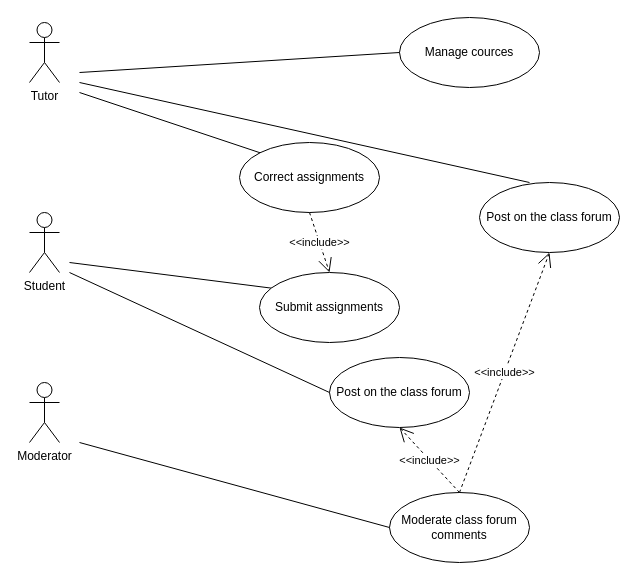
Above: Use case.drawio in marymakayeva/Practise_project (draw.io), before the change. Source tidied: cells renumbered, new cells numbered last; positions are measured from the earlier drawing's top-left corner, leaving out a move shared by most shapes. Both pictures are drawn from the tidied source at 100%, with x=0, y=0 at pixel (29, 17).
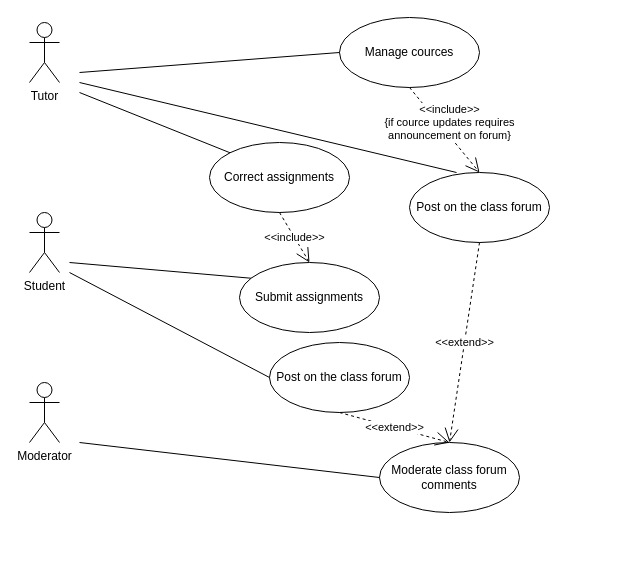
The same page after the edit.

Diff of the diagram source:
```diff
@@
     <mxCell id="5" value="Moderate class forum comments" style="ellipse;whiteSpace=wrap;html=1;" parent="1" vertex="1">
-      <mxGeometry x="360" y="475" width="140" height="70" as="geometry" />
+      <mxGeometry x="350" y="425" width="140" height="70" as="geometry" />
     </mxCell>
     <mxCell id="6" value="Post on the class forum" style="ellipse;whiteSpace=wrap;html=1;" parent="1" vertex="1">
-      <mxGeometry x="300" y="340" width="140" height="70" as="geometry" />
+      <mxGeometry x="240" y="325" width="140" height="70" as="geometry" />
     </mxCell>
     <mxCell id="7" value="Post on the class forum" style="ellipse;whiteSpace=wrap;html=1;" parent="1" vertex="1">
-      <mxGeometry x="450" y="165" width="140" height="70" as="geometry" />
+      <mxGeometry x="380" y="155" width="140" height="70" as="geometry" />
     </mxCell>
     <mxCell id="8" value="Correct assignments" style="ellipse;whiteSpace=wrap;html=1;" parent="1" vertex="1">
-      <mxGeometry x="210" y="125" width="140" height="70" as="geometry" />
+      <mxGeometry x="180" y="125" width="140" height="70" as="geometry" />
     </mxCell>
     <mxCell id="9" value="Manage cources" style="ellipse;whiteSpace=wrap;html=1;" parent="1" vertex="1">
-      <mxGeometry x="370" width="140" height="70" as="geometry" />
+      <mxGeometry x="310" width="140" height="70" as="geometry" />
     </mxCell>
@@
-    <mxCell id="14" style="endArrow=none;html=1;rounded=0;" parent="1" edge="1">
+    <mxCell id="14" style="endArrow=none;html=1;rounded=0;entryX=0.336;entryY=0;entryDx=0;entryDy=0;entryPerimeter=0;" parent="1" edge="1" target="7">
       <mxGeometry relative="1" as="geometry">
         <mxPoint x="50" y="65" as="sourcePoint" />
-        <mxPoint x="500" y="165" as="targetPoint" />
       </mxGeometry>
     </mxCell>
@@
-    <mxCell id="17" value="&amp;lt;&amp;lt;include&amp;gt;&amp;gt;" style="endArrow=open;endSize=12;dashed=1;html=1;rounded=0;entryX=0.5;entryY=1;entryDx=0;entryDy=0;exitX=0.5;exitY=0;exitDx=0;exitDy=0;" parent="1" edge="1" source="5" target="6">
+    <mxCell id="17" value="&amp;lt;&amp;lt;extend&amp;gt;&amp;gt;" style="endArrow=open;endSize=12;dashed=1;html=1;rounded=0;entryX=0.5;entryY=0;entryDx=0;entryDy=0;exitX=0.5;exitY=1;exitDx=0;exitDy=0;" parent="1" edge="1" source="6" target="5">
       <mxGeometry relative="1" as="geometry" />
     </mxCell>
-    <mxCell id="18" value="&amp;lt;&amp;lt;include&amp;gt;&amp;gt;" style="endArrow=open;endSize=12;dashed=1;html=1;rounded=0;exitX=0.5;exitY=0;exitDx=0;exitDy=0;entryX=0.5;entryY=1;entryDx=0;entryDy=0;" parent="1" edge="1" source="5" target="7">
+    <mxCell id="18" value="&amp;lt;&amp;lt;extend&amp;gt;&amp;gt;" style="endArrow=open;endSize=12;dashed=1;html=1;rounded=0;entryX=0.5;entryY=0;entryDx=0;entryDy=0;exitX=0.5;exitY=1;exitDx=0;exitDy=0;" parent="1" edge="1" source="7" target="5">
       <mxGeometry relative="1" as="geometry" />
     </mxCell>
     <mxCell id="19" value="Submit assignments" style="ellipse;whiteSpace=wrap;html=1;" parent="1" vertex="1">
-      <mxGeometry x="230" y="255" width="140" height="70" as="geometry" />
+      <mxGeometry x="210" y="245" width="140" height="70" as="geometry" />
     </mxCell>
+    <mxCell id="20" value="&amp;lt;&amp;lt;include&amp;gt;&amp;gt;&lt;div&gt;{if cource updates requires&lt;/div&gt;&lt;div&gt;announcement on forum}&lt;/div&gt;" style="endArrow=open;endSize=12;dashed=1;html=1;rounded=0;exitX=0.5;exitY=1;exitDx=0;exitDy=0;entryX=0.5;entryY=0;entryDx=0;entryDy=0;" parent="1" edge="1" source="9" target="7">
+      <mxGeometry x="-0.05" y="9" relative="1" as="geometry">
+        <mxPoint y="1" as="offset" />
+      </mxGeometry>
+    </mxCell>
```
